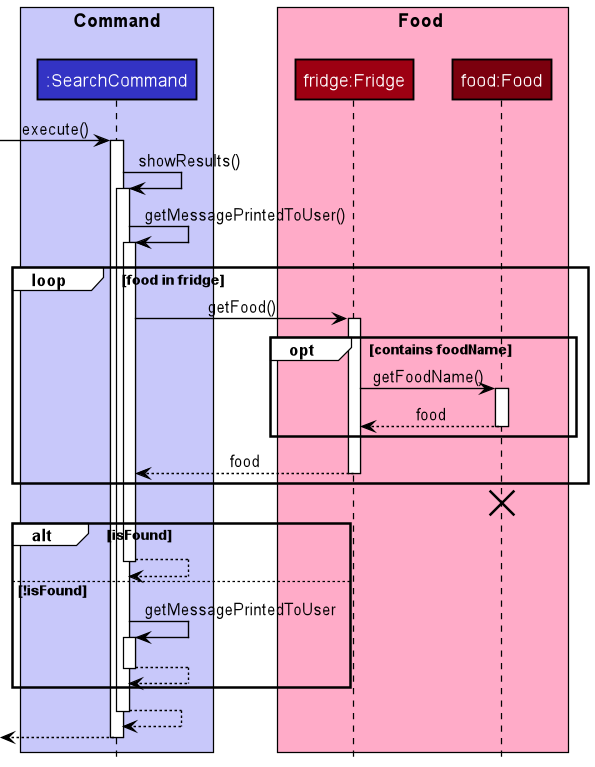
Above: docs/diagrams/diagram_images/SearchSequenceDiagram.png in nus-cs2113-AY2021S2/tp (PlantUML), before the change.
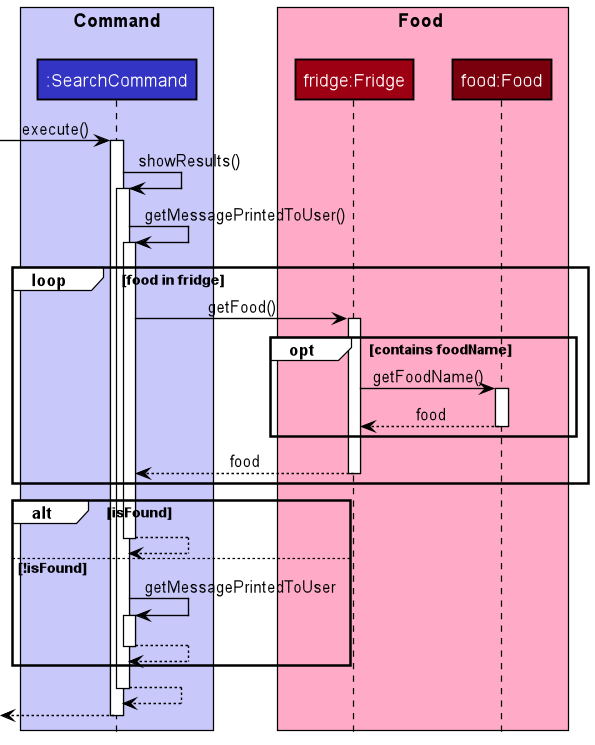
The same file after the commit.

What changed in the source:
```diff
@@ -29,7 +29,6 @@
     return food
 end
 
-destroy Food
 alt isFound
     return
 else !isFound
```
